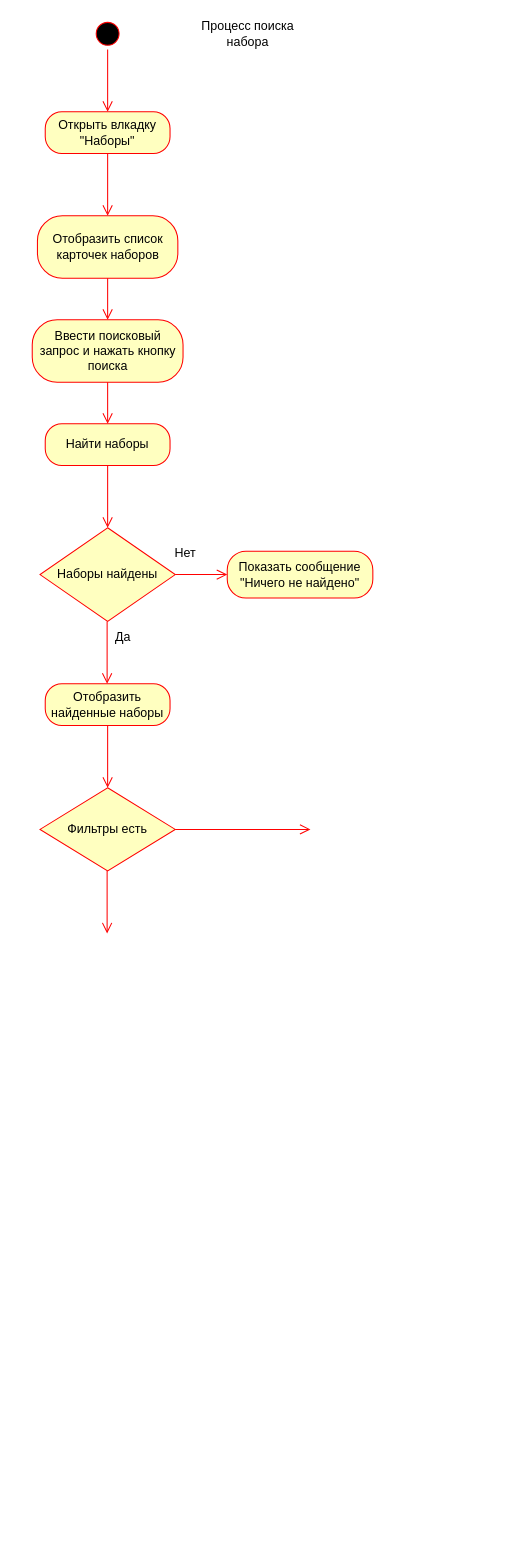
Above: Documents/UML/Модуль каталога наборов/Диаграмма деятельности.drawio in bubus1kk/ReMeal (draw.io), before the change. Source tidied: cells renumbered, new cells numbered last; positions are measured from the earlier drawing's top-left corner, leaving out a move shared by most shapes. Both pictures are drawn from the tidied source at 104%, with x=0, y=0 at pixel (31, 18).
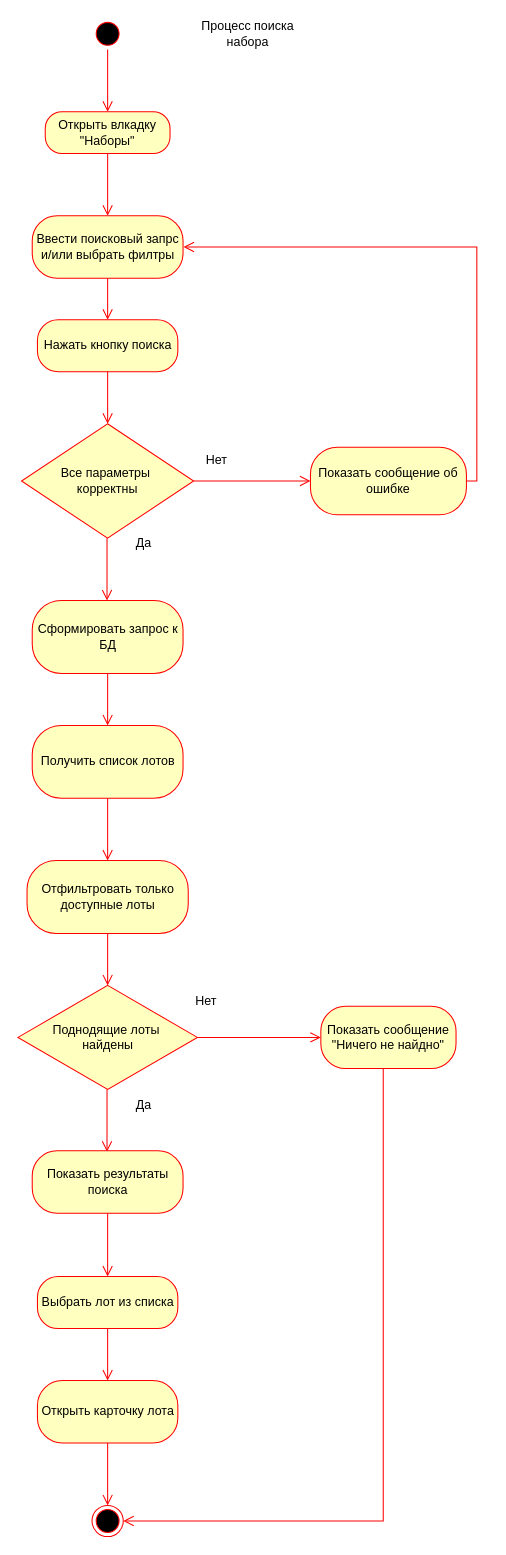
After the change.

The edit, as a diff of the source:
```diff
@@
-    <mxCell id="7" value="Отобразить список карточек наборов" style="rounded=1;whiteSpace=wrap;html=1;arcSize=40;fontColor=#000000;fillColor=#ffffc0;strokeColor=#ff0000;" parent="1" vertex="1">
-      <mxGeometry x="5.5" y="190" width="135" height="60" as="geometry" />
-    </mxCell>
-    <mxCell id="8" style="edgeStyle=orthogonalEdgeStyle;html=1;verticalAlign=bottom;endArrow=open;endSize=8;strokeColor=#ff0000;rounded=0;" parent="1" edge="1" source="7">
-      <mxGeometry relative="1" as="geometry">
-        <mxPoint x="73" y="290" as="targetPoint" />
-      </mxGeometry>
-    </mxCell>
-    <mxCell id="9" value="Ввести поисковый запрос и нажать кнопку поиска" style="rounded=1;whiteSpace=wrap;html=1;arcSize=40;fontColor=#000000;fillColor=#ffffc0;strokeColor=#ff0000;" parent="1" vertex="1">
-      <mxGeometry x="0.5" y="290" width="145" height="60" as="geometry" />
-    </mxCell>
-    <mxCell id="10" style="edgeStyle=orthogonalEdgeStyle;html=1;verticalAlign=bottom;endArrow=open;endSize=8;strokeColor=#ff0000;rounded=0;" parent="1" edge="1" source="9">
-      <mxGeometry relative="1" as="geometry">
-        <mxPoint x="73" y="390" as="targetPoint" />
-      </mxGeometry>
-    </mxCell>
-    <mxCell id="11" value="Найти наборы" style="rounded=1;whiteSpace=wrap;html=1;arcSize=40;fontColor=#000000;fillColor=#ffffc0;strokeColor=#ff0000;" parent="1" vertex="1">
-      <mxGeometry x="13" y="390" width="120" height="40" as="geometry" />
-    </mxCell>
-    <mxCell id="12" style="edgeStyle=orthogonalEdgeStyle;html=1;verticalAlign=bottom;endArrow=open;endSize=8;strokeColor=#ff0000;rounded=0;" parent="1" edge="1" source="11">
-      <mxGeometry relative="1" as="geometry">
-        <mxPoint x="73" y="490" as="targetPoint" />
-      </mxGeometry>
-    </mxCell>
-    <mxCell id="13" value="Наборы найдены" style="rhombus;whiteSpace=wrap;html=1;fontColor=#000000;fillColor=#ffffc0;strokeColor=#ff0000;" parent="1" vertex="1">
-      <mxGeometry x="8" y="490" width="130" height="90" as="geometry" />
-    </mxCell>
-    <mxCell id="14" style="edgeStyle=orthogonalEdgeStyle;html=1;verticalAlign=bottom;endArrow=open;endSize=8;strokeColor=#ff0000;rounded=0;" parent="1" edge="1">
-      <mxGeometry relative="1" as="geometry">
-        <mxPoint x="72.5" y="580" as="sourcePoint" />
-        <mxPoint x="72.5" y="640" as="targetPoint" />
-      </mxGeometry>
-    </mxCell>
-    <mxCell id="15" style="edgeStyle=orthogonalEdgeStyle;html=1;verticalAlign=bottom;endArrow=open;endSize=8;strokeColor=#ff0000;rounded=0;exitX=1;exitY=0.5;exitDx=0;exitDy=0;entryX=0;entryY=0.5;entryDx=0;entryDy=0;" parent="1" edge="1" source="13" target="16">
-      <mxGeometry relative="1" as="geometry" />
-    </mxCell>
-    <mxCell id="16" value="Показать сообщение &quot;Ничего не найдено&quot;" style="rounded=1;whiteSpace=wrap;html=1;arcSize=40;fontColor=#000000;fillColor=#ffffc0;strokeColor=#ff0000;" parent="1" vertex="1">
-      <mxGeometry x="188" y="512.5" width="140" height="45" as="geometry" />
-    </mxCell>
-    <mxCell id="17" value="Нет" style="text;html=1;whiteSpace=wrap;strokeColor=none;fillColor=none;align=center;verticalAlign=middle;rounded=0;" parent="1" vertex="1">
-      <mxGeometry x="118" y="500" width="60" height="30" as="geometry" />
-    </mxCell>
-    <mxCell id="18" value="Да" style="text;html=1;whiteSpace=wrap;strokeColor=none;fillColor=none;align=center;verticalAlign=middle;rounded=0;" parent="1" vertex="1">
-      <mxGeometry x="58" y="580" width="60" height="30" as="geometry" />
-    </mxCell>
-    <mxCell id="19" value="Фильтры есть" style="rhombus;whiteSpace=wrap;html=1;fontColor=#000000;fillColor=#ffffc0;strokeColor=#ff0000;" parent="1" vertex="1">
-      <mxGeometry x="8" y="740" width="130" height="80" as="geometry" />
-    </mxCell>
-    <mxCell id="20" value="Отобразить найденные наборы" style="rounded=1;whiteSpace=wrap;html=1;arcSize=40;fontColor=#000000;fillColor=#ffffc0;strokeColor=#ff0000;" parent="1" vertex="1">
-      <mxGeometry x="13" y="640" width="120" height="40" as="geometry" />
-    </mxCell>
-    <mxCell id="21" style="edgeStyle=orthogonalEdgeStyle;html=1;verticalAlign=bottom;endArrow=open;endSize=8;strokeColor=#ff0000;rounded=0;" parent="1" edge="1" source="20">
-      <mxGeometry relative="1" as="geometry">
-        <mxPoint x="73" y="740" as="targetPoint" />
-      </mxGeometry>
-    </mxCell>
-    <mxCell id="22" style="edgeStyle=orthogonalEdgeStyle;html=1;verticalAlign=bottom;endArrow=open;endSize=8;strokeColor=#ff0000;rounded=0;" parent="1" edge="1">
-      <mxGeometry relative="1" as="geometry">
-        <mxPoint x="72.5" y="820" as="sourcePoint" />
-        <mxPoint x="72.5" y="880" as="targetPoint" />
-      </mxGeometry>
-    </mxCell>
-    <mxCell id="23" style="edgeStyle=orthogonalEdgeStyle;html=1;verticalAlign=bottom;endArrow=open;endSize=8;strokeColor=#ff0000;rounded=0;exitX=1;exitY=0.5;exitDx=0;exitDy=0;" parent="1" edge="1" source="19">
-      <mxGeometry relative="1" as="geometry">
-        <mxPoint x="268" y="780" as="targetPoint" />
-        <Array as="points">
-          <mxPoint x="248" y="780" />
-        </Array>
-      </mxGeometry>
-    </mxCell>
+    <mxCell id="24" value="Ввести поисковый запрс и/или выбрать филтры" style="rounded=1;whiteSpace=wrap;html=1;arcSize=40;fontColor=#000000;fillColor=#ffffc0;strokeColor=#ff0000;" parent="1" vertex="1">
+      <mxGeometry x="0.5" y="190" width="145" height="60" as="geometry" />
+    </mxCell>
+    <mxCell id="25" style="edgeStyle=orthogonalEdgeStyle;html=1;verticalAlign=bottom;endArrow=open;endSize=8;strokeColor=#ff0000;rounded=0;" parent="1" edge="1" source="24">
+      <mxGeometry relative="1" as="geometry">
+        <mxPoint x="73" y="290" as="targetPoint" />
+      </mxGeometry>
+    </mxCell>
+    <mxCell id="26" value="Нажать кнопку поиска" style="rounded=1;whiteSpace=wrap;html=1;arcSize=40;fontColor=#000000;fillColor=#ffffc0;strokeColor=#ff0000;" parent="1" vertex="1">
+      <mxGeometry x="5.5" y="290" width="135" height="50" as="geometry" />
+    </mxCell>
+    <mxCell id="27" style="edgeStyle=orthogonalEdgeStyle;html=1;verticalAlign=bottom;endArrow=open;endSize=8;strokeColor=#ff0000;rounded=0;" parent="1" edge="1" source="26">
+      <mxGeometry relative="1" as="geometry">
+        <mxPoint x="73" y="390" as="targetPoint" />
+      </mxGeometry>
+    </mxCell>
+    <mxCell id="28" value="Все параметры&amp;nbsp;&lt;div&gt;корректны&lt;/div&gt;" style="rhombus;whiteSpace=wrap;html=1;fontColor=#000000;fillColor=#ffffc0;strokeColor=#ff0000;" parent="1" vertex="1">
+      <mxGeometry x="-9.8" y="390" width="165.5" height="110" as="geometry" />
+    </mxCell>
+    <mxCell id="29" value="Показать сообщение об ошибке" style="rounded=1;whiteSpace=wrap;html=1;arcSize=40;fontColor=#000000;fillColor=#ffffc0;strokeColor=#ff0000;" parent="1" vertex="1">
+      <mxGeometry x="268" y="412.5" width="150" height="65" as="geometry" />
+    </mxCell>
+    <mxCell id="30" style="edgeStyle=orthogonalEdgeStyle;html=1;verticalAlign=bottom;endArrow=open;endSize=8;strokeColor=#ff0000;rounded=0;exitX=1;exitY=0.5;exitDx=0;exitDy=0;" parent="1" edge="1" source="29">
+      <mxGeometry relative="1" as="geometry">
+        <mxPoint x="146" y="220" as="targetPoint" />
+        <Array as="points">
+          <mxPoint x="428" y="445" />
+          <mxPoint x="428" y="220" />
+          <mxPoint x="146" y="220" />
+        </Array>
+      </mxGeometry>
+    </mxCell>
+    <mxCell id="31" style="edgeStyle=orthogonalEdgeStyle;html=1;verticalAlign=bottom;endArrow=open;endSize=8;strokeColor=#ff0000;rounded=0;exitX=1;exitY=0.5;exitDx=0;exitDy=0;entryX=0;entryY=0.5;entryDx=0;entryDy=0;" parent="1" edge="1" source="28" target="29">
+      <mxGeometry relative="1" as="geometry" />
+    </mxCell>
+    <mxCell id="32" style="edgeStyle=orthogonalEdgeStyle;html=1;verticalAlign=bottom;endArrow=open;endSize=8;strokeColor=#ff0000;rounded=0;" parent="1" edge="1">
+      <mxGeometry relative="1" as="geometry">
+        <mxPoint x="72.4" y="500" as="sourcePoint" />
+        <mxPoint x="72.4" y="560" as="targetPoint" />
+      </mxGeometry>
+    </mxCell>
+    <mxCell id="33" value="Сформировать запрос к БД" style="rounded=1;whiteSpace=wrap;html=1;arcSize=40;fontColor=#000000;fillColor=#ffffc0;strokeColor=#ff0000;" parent="1" vertex="1">
+      <mxGeometry x="0.5" y="560" width="145" height="70" as="geometry" />
+    </mxCell>
+    <mxCell id="34" style="edgeStyle=orthogonalEdgeStyle;html=1;verticalAlign=bottom;endArrow=open;endSize=8;strokeColor=#ff0000;rounded=0;" parent="1" edge="1" source="33">
+      <mxGeometry relative="1" as="geometry">
+        <mxPoint x="73" y="680" as="targetPoint" />
+      </mxGeometry>
+    </mxCell>
+    <mxCell id="35" value="Получить список лотов" style="rounded=1;whiteSpace=wrap;html=1;arcSize=40;fontColor=#000000;fillColor=#ffffc0;strokeColor=#ff0000;" parent="1" vertex="1">
+      <mxGeometry x="0.5" y="680" width="145" height="70" as="geometry" />
+    </mxCell>
+    <mxCell id="36" style="edgeStyle=orthogonalEdgeStyle;html=1;verticalAlign=bottom;endArrow=open;endSize=8;strokeColor=#ff0000;rounded=0;" parent="1" edge="1" source="35">
+      <mxGeometry relative="1" as="geometry">
+        <mxPoint x="73" y="810" as="targetPoint" />
+      </mxGeometry>
+    </mxCell>
+    <mxCell id="37" value="Отфильтровать только доступные лоты" style="rounded=1;whiteSpace=wrap;html=1;arcSize=40;fontColor=#000000;fillColor=#ffffc0;strokeColor=#ff0000;" parent="1" vertex="1">
+      <mxGeometry x="-4.5" y="810" width="155" height="70" as="geometry" />
+    </mxCell>
+    <mxCell id="38" style="edgeStyle=orthogonalEdgeStyle;html=1;verticalAlign=bottom;endArrow=open;endSize=8;strokeColor=#ff0000;rounded=0;" parent="1" edge="1" source="37">
+      <mxGeometry relative="1" as="geometry">
+        <mxPoint x="73" y="930" as="targetPoint" />
+      </mxGeometry>
+    </mxCell>
+    <mxCell id="39" value="Поднодящие лоты&amp;nbsp;&lt;div&gt;найдены&lt;/div&gt;" style="rhombus;whiteSpace=wrap;html=1;fontColor=#000000;fillColor=#ffffc0;strokeColor=#ff0000;" parent="1" vertex="1">
+      <mxGeometry x="-13.2" y="930" width="172.5" height="100" as="geometry" />
+    </mxCell>
+    <mxCell id="40" style="edgeStyle=orthogonalEdgeStyle;html=1;verticalAlign=bottom;endArrow=open;endSize=8;strokeColor=#ff0000;rounded=0;" parent="1" edge="1">
+      <mxGeometry relative="1" as="geometry">
+        <mxPoint x="72.4" y="1030" as="sourcePoint" />
+        <mxPoint x="72.4" y="1090" as="targetPoint" />
+      </mxGeometry>
+    </mxCell>
+    <mxCell id="41" style="edgeStyle=orthogonalEdgeStyle;html=1;verticalAlign=bottom;endArrow=open;endSize=8;strokeColor=#ff0000;rounded=0;exitX=1;exitY=0.5;exitDx=0;exitDy=0;entryX=0;entryY=0.5;entryDx=0;entryDy=0;" parent="1" edge="1" source="39" target="42">
+      <mxGeometry relative="1" as="geometry" />
+    </mxCell>
+    <mxCell id="42" value="Показать сообщение &quot;Ничего не найдно&quot;" style="rounded=1;whiteSpace=wrap;html=1;arcSize=40;fontColor=#000000;fillColor=#ffffc0;strokeColor=#ff0000;" parent="1" vertex="1">
+      <mxGeometry x="278" y="950" width="130" height="60" as="geometry" />
+    </mxCell>
+    <mxCell id="43" style="edgeStyle=orthogonalEdgeStyle;html=1;verticalAlign=bottom;endArrow=open;endSize=8;strokeColor=#ff0000;rounded=0;entryX=1;entryY=0.5;entryDx=0;entryDy=0;" parent="1" edge="1" target="50">
+      <mxGeometry relative="1" as="geometry">
+        <mxPoint x="342.4" y="1010" as="sourcePoint" />
+        <Array as="points">
+          <mxPoint x="338" y="1010" />
+          <mxPoint x="338" y="1445" />
+        </Array>
+      </mxGeometry>
+    </mxCell>
+    <mxCell id="44" value="Показать результаты поиска" style="rounded=1;whiteSpace=wrap;html=1;arcSize=40;fontColor=#000000;fillColor=#ffffc0;strokeColor=#ff0000;" parent="1" vertex="1">
+      <mxGeometry x="0.5" y="1089" width="145" height="60" as="geometry" />
+    </mxCell>
+    <mxCell id="45" style="edgeStyle=orthogonalEdgeStyle;html=1;verticalAlign=bottom;endArrow=open;endSize=8;strokeColor=#ff0000;rounded=0;" parent="1" edge="1" source="44">
+      <mxGeometry relative="1" as="geometry">
+        <mxPoint x="73" y="1210" as="targetPoint" />
+      </mxGeometry>
+    </mxCell>
+    <mxCell id="46" value="Выбрать лот из списка" style="rounded=1;whiteSpace=wrap;html=1;arcSize=40;fontColor=#000000;fillColor=#ffffc0;strokeColor=#ff0000;" parent="1" vertex="1">
+      <mxGeometry x="5.5" y="1210" width="135" height="50" as="geometry" />
+    </mxCell>
+    <mxCell id="47" style="edgeStyle=orthogonalEdgeStyle;html=1;verticalAlign=bottom;endArrow=open;endSize=8;strokeColor=#ff0000;rounded=0;" parent="1" edge="1" source="46">
+      <mxGeometry relative="1" as="geometry">
+        <mxPoint x="73" y="1310" as="targetPoint" />
+      </mxGeometry>
+    </mxCell>
+    <mxCell id="48" value="Открыть карточку лота" style="rounded=1;whiteSpace=wrap;html=1;arcSize=40;fontColor=#000000;fillColor=#ffffc0;strokeColor=#ff0000;" parent="1" vertex="1">
+      <mxGeometry x="5.5" y="1310" width="135" height="60" as="geometry" />
+    </mxCell>
+    <mxCell id="49" style="edgeStyle=orthogonalEdgeStyle;html=1;verticalAlign=bottom;endArrow=open;endSize=8;strokeColor=#ff0000;rounded=0;" parent="1" edge="1" source="48">
+      <mxGeometry relative="1" as="geometry">
+        <mxPoint x="73" y="1430" as="targetPoint" />
+      </mxGeometry>
+    </mxCell>
+    <mxCell id="50" style="ellipse;html=1;shape=endState;fillColor=#000000;strokeColor=#ff0000;" parent="1" vertex="1">
+      <mxGeometry x="58" y="1430" width="30" height="30" as="geometry" />
+    </mxCell>
+    <mxCell id="51" value="Нет" style="text;html=1;whiteSpace=wrap;strokeColor=none;fillColor=none;align=center;verticalAlign=middle;rounded=0;" parent="1" vertex="1">
+      <mxGeometry x="148" y="410" width="60" height="30" as="geometry" />
+    </mxCell>
+    <mxCell id="52" value="Да" style="text;html=1;whiteSpace=wrap;strokeColor=none;fillColor=none;align=center;verticalAlign=middle;rounded=0;" parent="1" vertex="1">
+      <mxGeometry x="78" y="490" width="60" height="30" as="geometry" />
+    </mxCell>
+    <mxCell id="53" value="Нет" style="text;html=1;whiteSpace=wrap;strokeColor=none;fillColor=none;align=center;verticalAlign=middle;rounded=0;" parent="1" vertex="1">
+      <mxGeometry x="138" y="930" width="60" height="30" as="geometry" />
+    </mxCell>
+    <mxCell id="54" value="Да" style="text;html=1;whiteSpace=wrap;strokeColor=none;fillColor=none;align=center;verticalAlign=middle;rounded=0;" parent="1" vertex="1">
+      <mxGeometry x="78" y="1030" width="60" height="30" as="geometry" />
+    </mxCell>
```
